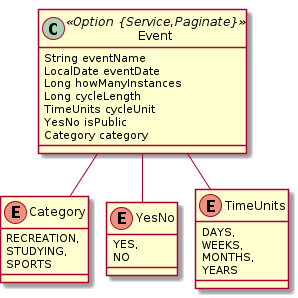
Before: xd365/events.png, a diagram exported from PlantUML (TauTheLepton/PAP-21L).
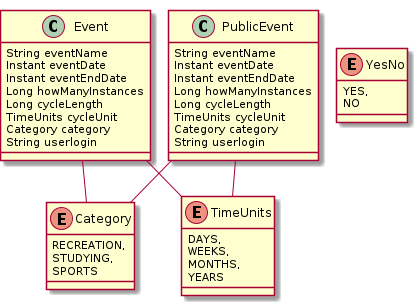
The same file after the commit.

Commit message:
a no i obrazek ofc

Diff of the diagram source:
```diff
@@ -16,16 +16,28 @@
 		MONTHS,
 		YEARS
 	}
-	class Event <<Option {Service,Paginate}>> {
+	class Event  {
 		String eventName
-		LocalDate eventDate
+		Instant eventDate
+		Instant eventEndDate
 		Long howManyInstances
 		Long cycleLength
 		TimeUnits cycleUnit
-		YesNo isPublic
 		Category category
+		String userlogin
 	}
 	Event ..> TimeUnits
-	Event ..> YesNo
 	Event ..> Category
+	class PublicEvent  {
+		String eventName
+		Instant eventDate
+		Instant eventEndDate
+		Long howManyInstances
+		Long cycleLength
+		TimeUnits cycleUnit
+		Category category
+		String userlogin
+	}
+	PublicEvent ..> TimeUnits
+	PublicEvent ..> Category
 @enduml
```
